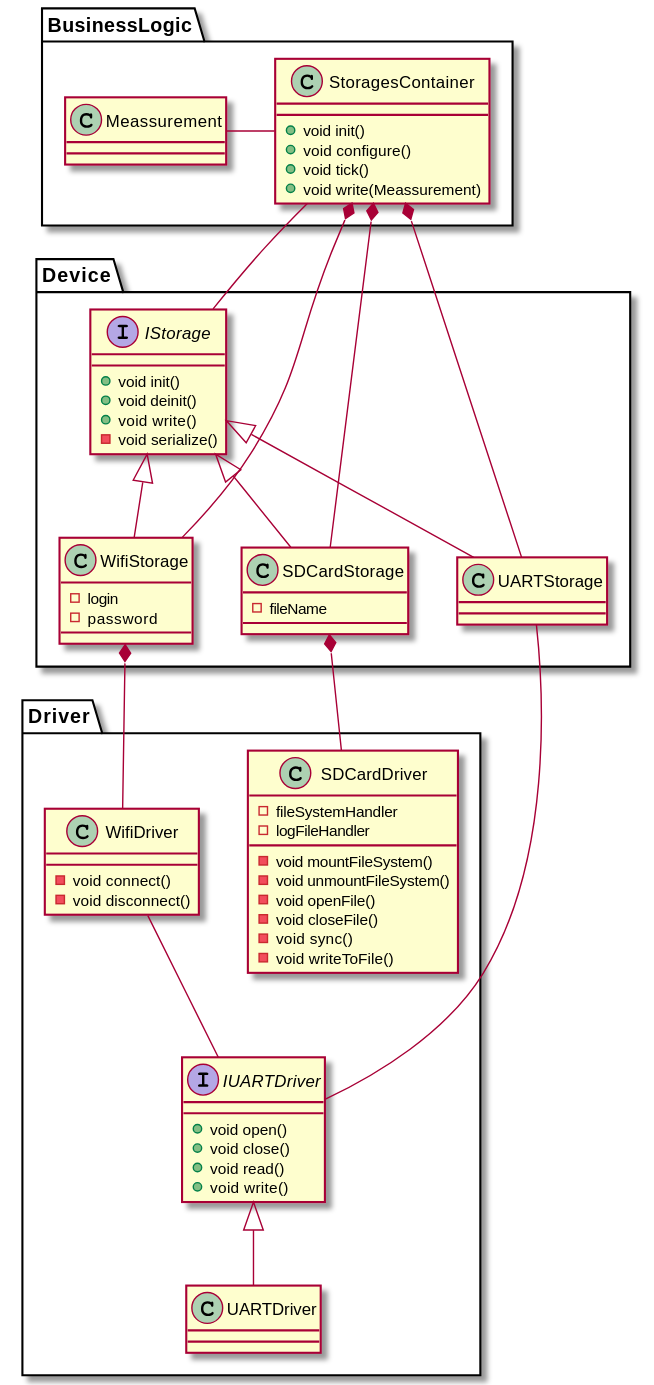
RobertGawron/HardwareDataLogger keeps this PlantUML diagram as Documentation/Diagrams/Export/Documentation/Diagrams/Source/NUCLEO-F103RB/Storage_Class_Diagram.svg. Above is the earlier version.
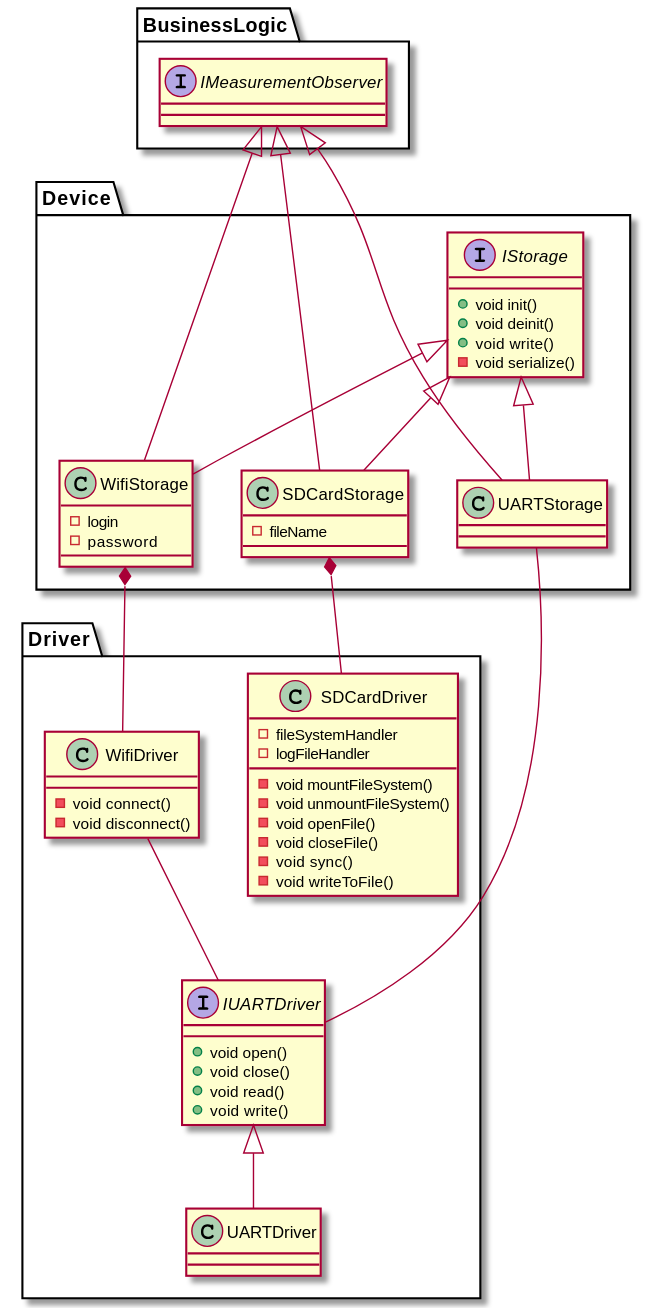
After the commit.

The edit, as a diff of the source:
```diff
@@ -1,16 +1,8 @@
 @startuml
 
 package BusinessLogic {
-    class Meassurement
 
-    class StoragesContainer {
-        +void init()
-        +void configure()
-        +void tick()
-        +void write(Meassurement)
-    }
-
-    Meassurement - StoragesContainer
+     interface IMeasurementObserver
 }
 
 package Device {
@@ -64,10 +56,9 @@
 }
 
 
-StoragesContainer -- IStorage
-StoragesContainer *-- SDCardStorage
-StoragesContainer *-- UARTStorage
-StoragesContainer *-- WifiStorage
+IMeasurementObserver <|--- SDCardStorage
+IMeasurementObserver <|-- UARTStorage
+IMeasurementObserver <|-- WifiStorage
 
 IStorage <|-- WifiStorage
 IStorage <|-- SDCardStorage
```
